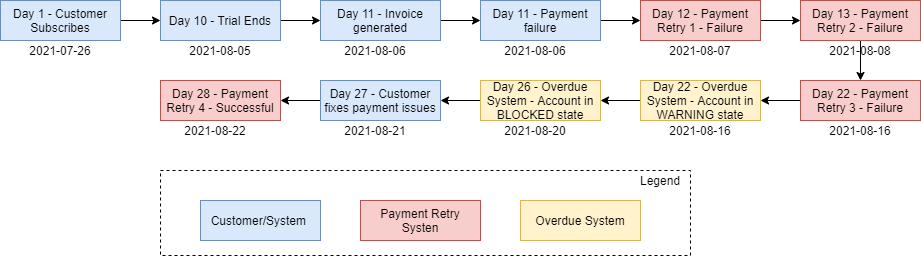
Above: userguide/assets/img/overdue/overdue-flow3.png in killbill/killbill-docs (draw.io), before the change. Source tidied: cells renumbered, new cells last; positions are measured from the earlier drawing's top-left corner, leaving out a move shared by most shapes. The source it was exported from:
```xml
<mxGraphModel>
  <root>
    <mxCell id="0" />
    <mxCell id="1" parent="0" />
    <mxCell id="2" style="edgeStyle=orthogonalEdgeStyle;rounded=0;jettySize=auto;html=1;" parent="1" edge="1" source="3" target="13">
      <mxGeometry relative="1" as="geometry" />
    </mxCell>
    <mxCell id="3" value="Day 1 - Customer Subscribes&lt;br&gt;" style="rounded=0;whiteSpace=wrap;html=1;fillColor=#dae8fc;strokeColor=#6c8ebf;" parent="1" vertex="1">
      <mxGeometry width="120" height="40" as="geometry" />
    </mxCell>
    <mxCell id="4" style="edgeStyle=orthogonalEdgeStyle;rounded=0;jettySize=auto;html=1;entryX=0;entryY=0.5;entryDx=0;entryDy=0;" parent="1" edge="1" source="5" target="7">
      <mxGeometry relative="1" as="geometry" />
    </mxCell>
    <mxCell id="5" value="Day 11 - Payment failure" style="rounded=0;whiteSpace=wrap;html=1;fillColor=#dae8fc;strokeColor=#6c8ebf;" parent="1" vertex="1">
      <mxGeometry x="480" width="120" height="40" as="geometry" />
    </mxCell>
    <mxCell id="6" style="edgeStyle=orthogonalEdgeStyle;rounded=0;jettySize=auto;html=1;" parent="1" edge="1" source="7" target="9">
      <mxGeometry relative="1" as="geometry" />
    </mxCell>
    <mxCell id="7" value="Day 12 - Payment Retry 1 - Failure" style="rounded=0;whiteSpace=wrap;html=1;fillColor=#f8cecc;strokeColor=#b85450;" parent="1" vertex="1">
      <mxGeometry x="640" width="120" height="40" as="geometry" />
    </mxCell>
    <mxCell id="8" style="edgeStyle=orthogonalEdgeStyle;rounded=0;jettySize=auto;html=1;entryX=0.5;entryY=0;entryDx=0;entryDy=0;" parent="1" edge="1" source="9" target="11">
      <mxGeometry relative="1" as="geometry" />
    </mxCell>
    <mxCell id="9" value="Day 13 - Payment Retry 2 - Failure" style="rounded=0;whiteSpace=wrap;html=1;fillColor=#f8cecc;strokeColor=#b85450;" parent="1" vertex="1">
      <mxGeometry x="800" width="120" height="40" as="geometry" />
    </mxCell>
    <mxCell id="10" style="edgeStyle=orthogonalEdgeStyle;rounded=0;jettySize=auto;html=1;entryX=1;entryY=0.5;entryDx=0;entryDy=0;" parent="1" edge="1" source="11" target="21">
      <mxGeometry relative="1" as="geometry" />
    </mxCell>
    <mxCell id="11" value="Day 22 - Payment Retry 3 - Failure" style="rounded=0;whiteSpace=wrap;html=1;fillColor=#f8cecc;strokeColor=#b85450;" parent="1" vertex="1">
      <mxGeometry x="800" y="80" width="120" height="40" as="geometry" />
    </mxCell>
    <mxCell id="12" style="edgeStyle=orthogonalEdgeStyle;rounded=0;jettySize=auto;html=1;exitX=1;exitY=0.5;exitDx=0;exitDy=0;" parent="1" edge="1" source="13" target="37">
      <mxGeometry relative="1" as="geometry" />
    </mxCell>
    <mxCell id="13" value="Day 10 - Trial Ends" style="rounded=0;whiteSpace=wrap;html=1;fillColor=#dae8fc;strokeColor=#6c8ebf;" parent="1" vertex="1">
      <mxGeometry x="160" width="120" height="40" as="geometry" />
    </mxCell>
    <mxCell id="14" value="2021-07-26" style="text;html=1;strokeColor=none;fillColor=none;align=center;verticalAlign=middle;whiteSpace=wrap;rounded=0;" parent="1" vertex="1">
      <mxGeometry x="15" y="40" width="90" height="20" as="geometry" />
    </mxCell>
    <mxCell id="15" value="2021-08-05" style="text;html=1;strokeColor=none;fillColor=none;align=center;verticalAlign=middle;whiteSpace=wrap;rounded=0;" parent="1" vertex="1">
      <mxGeometry x="175" y="40" width="90" height="20" as="geometry" />
    </mxCell>
    <mxCell id="16" value="2021-08-06" style="text;html=1;strokeColor=none;fillColor=none;align=center;verticalAlign=middle;whiteSpace=wrap;rounded=0;" parent="1" vertex="1">
      <mxGeometry x="490" y="40" width="90" height="20" as="geometry" />
    </mxCell>
    <mxCell id="17" value="2021-08-07" style="text;html=1;strokeColor=none;fillColor=none;align=center;verticalAlign=middle;whiteSpace=wrap;rounded=0;" parent="1" vertex="1">
      <mxGeometry x="655" y="40" width="90" height="20" as="geometry" />
    </mxCell>
    <mxCell id="18" value="2021-08-08" style="text;html=1;strokeColor=none;fillColor=none;align=center;verticalAlign=middle;whiteSpace=wrap;rounded=0;" parent="1" vertex="1">
      <mxGeometry x="815" y="40" width="90" height="20" as="geometry" />
    </mxCell>
    <mxCell id="19" value="2021-08-16" style="text;html=1;strokeColor=none;fillColor=none;align=center;verticalAlign=middle;whiteSpace=wrap;rounded=0;" parent="1" vertex="1">
      <mxGeometry x="815" y="120" width="90" height="20" as="geometry" />
    </mxCell>
    <mxCell id="20" style="edgeStyle=orthogonalEdgeStyle;rounded=0;jettySize=auto;html=1;entryX=1;entryY=0.5;entryDx=0;entryDy=0;" parent="1" edge="1" source="21" target="24">
      <mxGeometry relative="1" as="geometry" />
    </mxCell>
    <mxCell id="21" value="Day 22 - Overdue System - Account in WARNING state" style="rounded=0;whiteSpace=wrap;html=1;fillColor=#fff2cc;strokeColor=#d6b656;" parent="1" vertex="1">
      <mxGeometry x="640" y="80" width="120" height="40" as="geometry" />
    </mxCell>
    <mxCell id="22" value="2021-08-16" style="text;html=1;strokeColor=none;fillColor=none;align=center;verticalAlign=middle;whiteSpace=wrap;rounded=0;" parent="1" vertex="1">
      <mxGeometry x="655" y="120" width="90" height="20" as="geometry" />
    </mxCell>
    <mxCell id="23" style="edgeStyle=orthogonalEdgeStyle;rounded=0;jettySize=auto;html=1;entryX=1;entryY=0.5;entryDx=0;entryDy=0;" parent="1" edge="1" source="24" target="27">
      <mxGeometry relative="1" as="geometry" />
    </mxCell>
    <mxCell id="24" value="Day 26 - Overdue System - Account in BLOCKED state" style="rounded=0;whiteSpace=wrap;html=1;fillColor=#fff2cc;strokeColor=#d6b656;" parent="1" vertex="1">
      <mxGeometry x="480" y="80" width="120" height="40" as="geometry" />
    </mxCell>
    <mxCell id="25" value="2021-08-20" style="text;html=1;strokeColor=none;fillColor=none;align=center;verticalAlign=middle;whiteSpace=wrap;rounded=0;" parent="1" vertex="1">
      <mxGeometry x="490" y="120" width="90" height="20" as="geometry" />
    </mxCell>
    <mxCell id="26" style="edgeStyle=orthogonalEdgeStyle;rounded=0;jettySize=auto;html=1;entryX=1;entryY=0.5;entryDx=0;entryDy=0;" parent="1" edge="1" source="27" target="29">
      <mxGeometry relative="1" as="geometry" />
    </mxCell>
    <mxCell id="27" value="Day 27 - Customer fixes payment issues" style="rounded=0;whiteSpace=wrap;html=1;fillColor=#dae8fc;strokeColor=#6c8ebf;" parent="1" vertex="1">
      <mxGeometry x="320" y="80" width="120" height="40" as="geometry" />
    </mxCell>
    <mxCell id="28" value="2021-08-21" style="text;html=1;strokeColor=none;fillColor=none;align=center;verticalAlign=middle;whiteSpace=wrap;rounded=0;" parent="1" vertex="1">
      <mxGeometry x="330" y="120" width="90" height="20" as="geometry" />
    </mxCell>
    <mxCell id="29" value="Day 28 - Payment Retry 4 - Successful" style="rounded=0;whiteSpace=wrap;html=1;fillColor=#f8cecc;strokeColor=#b85450;" parent="1" vertex="1">
      <mxGeometry x="160" y="80" width="120" height="40" as="geometry" />
    </mxCell>
    <mxCell id="30" value="2021-08-22" style="text;html=1;strokeColor=none;fillColor=none;align=center;verticalAlign=middle;whiteSpace=wrap;rounded=0;" parent="1" vertex="1">
      <mxGeometry x="170" y="120" width="90" height="20" as="geometry" />
    </mxCell>
    <mxCell id="31" value="Customer/System&amp;nbsp;" style="rounded=0;whiteSpace=wrap;html=1;fillColor=#dae8fc;strokeColor=#6c8ebf;" parent="1" vertex="1">
      <mxGeometry x="200" y="200" width="120" height="40" as="geometry" />
    </mxCell>
    <mxCell id="32" value="Payment Retry Systen" style="rounded=0;whiteSpace=wrap;html=1;fillColor=#f8cecc;strokeColor=#b85450;" parent="1" vertex="1">
      <mxGeometry x="360" y="200" width="120" height="40" as="geometry" />
    </mxCell>
    <mxCell id="33" style="rounded=0;whiteSpace=wrap;html=1;fillColor=none;dashed=1;" parent="1" vertex="1">
      <mxGeometry x="160" y="170" width="530" height="85" as="geometry" />
    </mxCell>
    <mxCell id="34" value="Overdue System" style="rounded=0;whiteSpace=wrap;html=1;fillColor=#fff2cc;strokeColor=#d6b656;" parent="1" vertex="1">
      <mxGeometry x="520" y="200" width="120" height="40" as="geometry" />
    </mxCell>
    <mxCell id="35" value="Legend" style="text;html=1;strokeColor=none;fillColor=none;align=center;verticalAlign=middle;whiteSpace=wrap;rounded=0;dashed=1;" parent="1" vertex="1">
      <mxGeometry x="640" y="170" width="40" height="20" as="geometry" />
    </mxCell>
    <mxCell id="36" style="edgeStyle=orthogonalEdgeStyle;rounded=0;jettySize=auto;html=1;exitX=1;exitY=0.5;exitDx=0;exitDy=0;" parent="1" edge="1" source="37" target="5">
      <mxGeometry relative="1" as="geometry" />
    </mxCell>
    <mxCell id="37" value="Day 11 - Invoice generated" style="rounded=0;whiteSpace=wrap;html=1;fillColor=#dae8fc;strokeColor=#6c8ebf;" parent="1" vertex="1">
      <mxGeometry x="320" width="120" height="40" as="geometry" />
    </mxCell>
    <mxCell id="38" value="2021-08-06" style="text;html=1;strokeColor=none;fillColor=none;align=center;verticalAlign=middle;whiteSpace=wrap;rounded=0;" parent="1" vertex="1">
      <mxGeometry x="330" y="40" width="90" height="20" as="geometry" />
    </mxCell>
    <mxCell id="39" style="edgeStyle=orthogonalEdgeStyle;rounded=0;orthogonalLoop=1;jettySize=auto;html=1;exitX=0.5;exitY=1;exitDx=0;exitDy=0;" parent="1" edge="1" source="38" target="38">
      <mxGeometry relative="1" as="geometry" />
    </mxCell>
  </root>
</mxGraphModel>
```
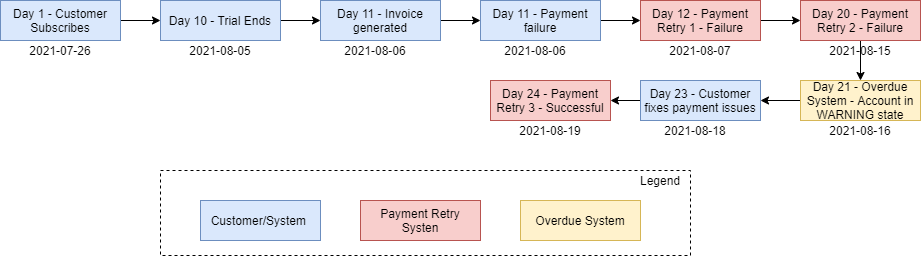
The same diagram one commit later.

What changed in the source:
```diff
@@ -20,18 +20,14 @@
     <mxCell id="7" value="Day 12 - Payment Retry 1 - Failure" style="rounded=0;whiteSpace=wrap;html=1;fillColor=#f8cecc;strokeColor=#b85450;" parent="1" vertex="1">
       <mxGeometry x="640" width="120" height="40" as="geometry" />
     </mxCell>
-    <mxCell id="8" style="edgeStyle=orthogonalEdgeStyle;rounded=0;jettySize=auto;html=1;entryX=0.5;entryY=0;entryDx=0;entryDy=0;" parent="1" edge="1" source="9" target="11">
-      <mxGeometry relative="1" as="geometry" />
+    <mxCell id="8" style="edgeStyle=orthogonalEdgeStyle;rounded=0;jettySize=auto;html=1;entryX=0.5;entryY=0;entryDx=0;entryDy=0;" parent="1" edge="1" source="9">
+      <mxGeometry relative="1" as="geometry">
+        <mxPoint x="860" y="80" as="targetPoint" />
+      </mxGeometry>
     </mxCell>
-    <mxCell id="9" value="Day 13 - Payment Retry 2 - Failure" style="rounded=0;whiteSpace=wrap;html=1;fillColor=#f8cecc;strokeColor=#b85450;" parent="1" vertex="1">
+    <mxCell id="9" value="Day 20 - Payment Retry 2 - Failure" style="rounded=0;whiteSpace=wrap;html=1;fillColor=#f8cecc;strokeColor=#b85450;" parent="1" vertex="1">
       <mxGeometry x="800" width="120" height="40" as="geometry" />
     </mxCell>
-    <mxCell id="10" style="edgeStyle=orthogonalEdgeStyle;rounded=0;jettySize=auto;html=1;entryX=1;entryY=0.5;entryDx=0;entryDy=0;" parent="1" edge="1" source="11" target="21">
-      <mxGeometry relative="1" as="geometry" />
-    </mxCell>
-    <mxCell id="11" value="Day 22 - Payment Retry 3 - Failure" style="rounded=0;whiteSpace=wrap;html=1;fillColor=#f8cecc;strokeColor=#b85450;" parent="1" vertex="1">
-      <mxGeometry x="800" y="80" width="120" height="40" as="geometry" />
-    </mxCell>
     <mxCell id="12" style="edgeStyle=orthogonalEdgeStyle;rounded=0;jettySize=auto;html=1;exitX=1;exitY=0.5;exitDx=0;exitDy=0;" parent="1" edge="1" source="13" target="37">
       <mxGeometry relative="1" as="geometry" />
     </mxCell>
@@ -50,45 +46,31 @@
     <mxCell id="17" value="2021-08-07" style="text;html=1;strokeColor=none;fillColor=none;align=center;verticalAlign=middle;whiteSpace=wrap;rounded=0;" parent="1" vertex="1">
       <mxGeometry x="655" y="40" width="90" height="20" as="geometry" />
     </mxCell>
-    <mxCell id="18" value="2021-08-08" style="text;html=1;strokeColor=none;fillColor=none;align=center;verticalAlign=middle;whiteSpace=wrap;rounded=0;" parent="1" vertex="1">
+    <mxCell id="18" value="2021-08-15" style="text;html=1;strokeColor=none;fillColor=none;align=center;verticalAlign=middle;whiteSpace=wrap;rounded=0;" parent="1" vertex="1">
       <mxGeometry x="815" y="40" width="90" height="20" as="geometry" />
     </mxCell>
-    <mxCell id="19" value="2021-08-16" style="text;html=1;strokeColor=none;fillColor=none;align=center;verticalAlign=middle;whiteSpace=wrap;rounded=0;" parent="1" vertex="1">
-      <mxGeometry x="815" y="120" width="90" height="20" as="geometry" />
-    </mxCell>
-    <mxCell id="20" style="edgeStyle=orthogonalEdgeStyle;rounded=0;jettySize=auto;html=1;entryX=1;entryY=0.5;entryDx=0;entryDy=0;" parent="1" edge="1" source="21" target="24">
-      <mxGeometry relative="1" as="geometry" />
+    <mxCell id="20" style="edgeStyle=orthogonalEdgeStyle;rounded=0;jettySize=auto;html=1;" parent="1" edge="1" source="21">
+      <mxGeometry relative="1" as="geometry">
+        <mxPoint x="760" y="100" as="targetPoint" />
+      </mxGeometry>
     </mxCell>
-    <mxCell id="21" value="Day 22 - Overdue System - Account in WARNING state" style="rounded=0;whiteSpace=wrap;html=1;fillColor=#fff2cc;strokeColor=#d6b656;" parent="1" vertex="1">
-      <mxGeometry x="640" y="80" width="120" height="40" as="geometry" />
+    <mxCell id="21" value="Day 21 - Overdue System - Account in WARNING state" style="rounded=0;whiteSpace=wrap;html=1;fillColor=#fff2cc;strokeColor=#d6b656;" parent="1" vertex="1">
+      <mxGeometry x="800" y="80" width="120" height="40" as="geometry" />
     </mxCell>
     <mxCell id="22" value="2021-08-16" style="text;html=1;strokeColor=none;fillColor=none;align=center;verticalAlign=middle;whiteSpace=wrap;rounded=0;" parent="1" vertex="1">
-      <mxGeometry x="655" y="120" width="90" height="20" as="geometry" />
+      <mxGeometry x="815" y="120" width="90" height="20" as="geometry" />
     </mxCell>
-    <mxCell id="23" style="edgeStyle=orthogonalEdgeStyle;rounded=0;jettySize=auto;html=1;entryX=1;entryY=0.5;entryDx=0;entryDy=0;" parent="1" edge="1" source="24" target="27">
-      <mxGeometry relative="1" as="geometry" />
-    </mxCell>
-    <mxCell id="24" value="Day 26 - Overdue System - Account in BLOCKED state" style="rounded=0;whiteSpace=wrap;html=1;fillColor=#fff2cc;strokeColor=#d6b656;" parent="1" vertex="1">
-      <mxGeometry x="480" y="80" width="120" height="40" as="geometry" />
-    </mxCell>
-    <mxCell id="25" value="2021-08-20" style="text;html=1;strokeColor=none;fillColor=none;align=center;verticalAlign=middle;whiteSpace=wrap;rounded=0;" parent="1" vertex="1">
-      <mxGeometry x="490" y="120" width="90" height="20" as="geometry" />
+    <mxCell id="25" value="2021-08-18" style="text;html=1;strokeColor=none;fillColor=none;align=center;verticalAlign=middle;whiteSpace=wrap;rounded=0;" parent="1" vertex="1">
+      <mxGeometry x="650" y="120" width="90" height="20" as="geometry" />
     </mxCell>
-    <mxCell id="26" style="edgeStyle=orthogonalEdgeStyle;rounded=0;jettySize=auto;html=1;entryX=1;entryY=0.5;entryDx=0;entryDy=0;" parent="1" edge="1" source="27" target="29">
-      <mxGeometry relative="1" as="geometry" />
+    <mxCell id="26" style="edgeStyle=orthogonalEdgeStyle;rounded=0;jettySize=auto;html=1;entryX=1;entryY=0.5;entryDx=0;entryDy=0;" parent="1" edge="1" target="29">
+      <mxGeometry relative="1" as="geometry">
+        <mxPoint x="650" y="100" as="sourcePoint" />
+      </mxGeometry>
     </mxCell>
-    <mxCell id="27" value="Day 27 - Customer fixes payment issues" style="rounded=0;whiteSpace=wrap;html=1;fillColor=#dae8fc;strokeColor=#6c8ebf;" parent="1" vertex="1">
-      <mxGeometry x="320" y="80" width="120" height="40" as="geometry" />
-    </mxCell>
-    <mxCell id="28" value="2021-08-21" style="text;html=1;strokeColor=none;fillColor=none;align=center;verticalAlign=middle;whiteSpace=wrap;rounded=0;" parent="1" vertex="1">
-      <mxGeometry x="330" y="120" width="90" height="20" as="geometry" />
-    </mxCell>
-    <mxCell id="29" value="Day 28 - Payment Retry 4 - Successful" style="rounded=0;whiteSpace=wrap;html=1;fillColor=#f8cecc;strokeColor=#b85450;" parent="1" vertex="1">
-      <mxGeometry x="160" y="80" width="120" height="40" as="geometry" />
+    <mxCell id="29" value="Day 24 - Payment Retry 3 - Successful" style="rounded=0;whiteSpace=wrap;html=1;fillColor=#f8cecc;strokeColor=#b85450;" parent="1" vertex="1">
+      <mxGeometry x="490" y="80" width="120" height="40" as="geometry" />
     </mxCell>
-    <mxCell id="30" value="2021-08-22" style="text;html=1;strokeColor=none;fillColor=none;align=center;verticalAlign=middle;whiteSpace=wrap;rounded=0;" parent="1" vertex="1">
-      <mxGeometry x="170" y="120" width="90" height="20" as="geometry" />
-    </mxCell>
     <mxCell id="31" value="Customer/System&amp;nbsp;" style="rounded=0;whiteSpace=wrap;html=1;fillColor=#dae8fc;strokeColor=#6c8ebf;" parent="1" vertex="1">
       <mxGeometry x="200" y="200" width="120" height="40" as="geometry" />
     </mxCell>
@@ -116,5 +98,11 @@
     <mxCell id="39" style="edgeStyle=orthogonalEdgeStyle;rounded=0;orthogonalLoop=1;jettySize=auto;html=1;exitX=0.5;exitY=1;exitDx=0;exitDy=0;" parent="1" edge="1" source="38" target="38">
       <mxGeometry relative="1" as="geometry" />
     </mxCell>
+    <mxCell id="40" value="2021-08-19" style="text;html=1;strokeColor=none;fillColor=none;align=center;verticalAlign=middle;whiteSpace=wrap;rounded=0;" parent="1" vertex="1">
+      <mxGeometry x="505" y="120" width="90" height="20" as="geometry" />
+    </mxCell>
+    <mxCell id="41" value="Day 23 - Customer fixes payment issues" style="rounded=0;whiteSpace=wrap;html=1;fillColor=#dae8fc;strokeColor=#6c8ebf;" parent="1" vertex="1">
+      <mxGeometry x="640" y="80" width="120" height="40" as="geometry" />
+    </mxCell>
   </root>
 </mxGraphModel>
```
